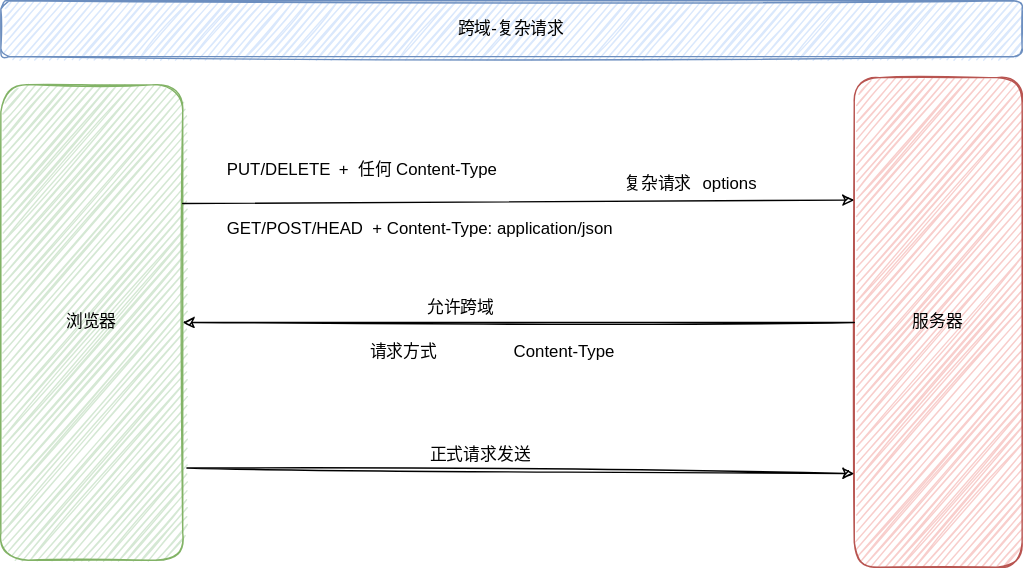
cd-home/Root keeps this draw.io diagram as 07-开发/01-前置知识/images/复杂请求.svg. Above is the earlier version. Source tidied: cells renumbered, new cells last; positions are measured from the earlier drawing's top-left corner, leaving out a move shared by most shapes.
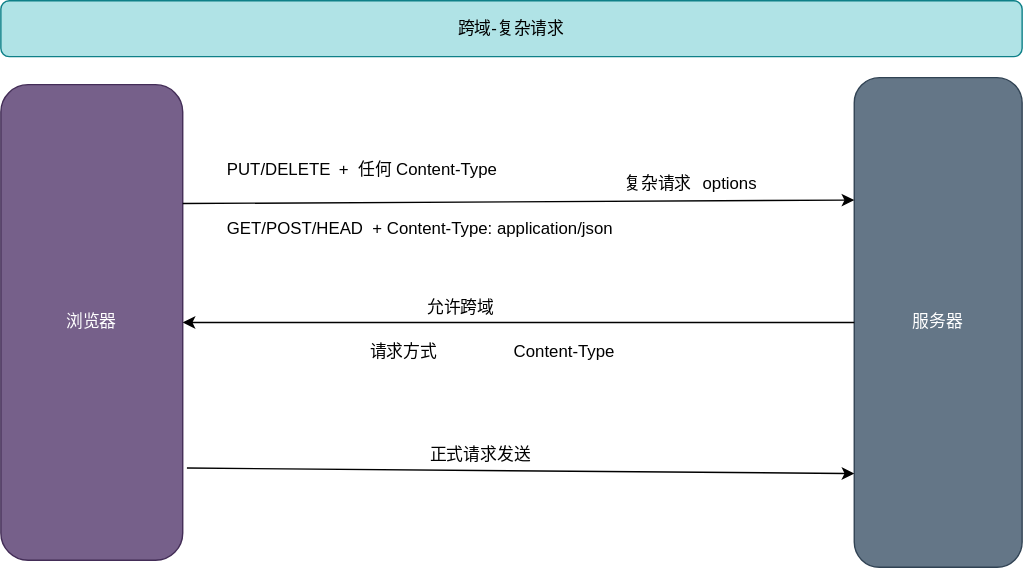
After the change.

What changed in the source:
```diff
@@ -2,51 +2,51 @@
   <root>
     <mxCell id="0" />
     <mxCell id="1" parent="0" />
-    <mxCell id="2" value="跨域-复杂请求" style="whiteSpace=wrap;html=1;fillColor=#dae8fc;strokeColor=#6c8ebf;sketch=1;rounded=1;" parent="1" vertex="1">
+    <mxCell id="2" value="跨域-复杂请求" style="whiteSpace=wrap;html=1;rounded=1;fillColor=#b0e3e6;strokeColor=#0e8088;" parent="1" vertex="1">
       <mxGeometry width="730" height="40" as="geometry" />
     </mxCell>
-    <mxCell id="3" value="浏览器" style="whiteSpace=wrap;html=1;fillColor=#d5e8d4;strokeColor=#82b366;sketch=1;rounded=1;" parent="1" vertex="1">
+    <mxCell id="3" value="浏览器" style="whiteSpace=wrap;html=1;rounded=1;fillColor=#76608a;fontColor=#ffffff;strokeColor=#432D57;" parent="1" vertex="1">
       <mxGeometry y="60" width="130" height="340" as="geometry" />
     </mxCell>
-    <mxCell id="4" value="服务器" style="whiteSpace=wrap;html=1;fillColor=#f8cecc;strokeColor=#b85450;sketch=1;rounded=1;" parent="1" vertex="1">
+    <mxCell id="4" value="服务器" style="whiteSpace=wrap;html=1;rounded=1;fillColor=#647687;fontColor=#ffffff;strokeColor=#314354;" parent="1" vertex="1">
       <mxGeometry x="610" y="55" width="120" height="350" as="geometry" />
     </mxCell>
-    <mxCell id="5" style="endArrow=classic;html=1;exitX=1;exitY=0.25;entryX=0;entryY=0.25;sketch=1;" parent="1" edge="1" source="3" target="4">
+    <mxCell id="5" style="endArrow=classic;html=1;exitX=1;exitY=0.25;entryX=0;entryY=0.25;" parent="1" edge="1" source="3" target="4">
       <mxGeometry relative="1" as="geometry" />
     </mxCell>
-    <mxCell id="6" value="PUT/DELETE" style="text;html=1;align=left;verticalAlign=top;spacingTop=-4;sketch=1;rounded=1;" parent="1" vertex="1">
+    <mxCell id="6" value="PUT/DELETE" style="text;html=1;align=left;verticalAlign=top;spacingTop=-4;rounded=1;" parent="1" vertex="1">
       <mxGeometry x="160" y="111" width="90" height="20" as="geometry" />
     </mxCell>
-    <mxCell id="7" value="+&amp;nbsp; 任何 Content-Type" style="text;html=1;align=left;verticalAlign=top;spacingTop=-4;sketch=1;rounded=1;" parent="1" vertex="1">
+    <mxCell id="7" value="+&amp;nbsp; 任何 Content-Type" style="text;html=1;align=left;verticalAlign=top;spacingTop=-4;rounded=1;" parent="1" vertex="1">
       <mxGeometry x="240" y="111" width="130" height="20" as="geometry" />
     </mxCell>
-    <mxCell id="8" value="GET/POST/HEAD&amp;nbsp; + Content-Type: application/json" style="text;html=1;align=left;verticalAlign=top;spacingTop=-4;sketch=1;rounded=1;" parent="1" vertex="1">
+    <mxCell id="8" value="GET/POST/HEAD&amp;nbsp; + Content-Type: application/json" style="text;html=1;align=left;verticalAlign=top;spacingTop=-4;rounded=1;" parent="1" vertex="1">
       <mxGeometry x="160" y="153" width="290" height="20" as="geometry" />
     </mxCell>
-    <mxCell id="9" value="复杂请求" style="text;html=1;strokeColor=none;fillColor=none;align=center;verticalAlign=middle;whiteSpace=wrap;sketch=1;rounded=1;" parent="1" vertex="1">
+    <mxCell id="9" value="复杂请求" style="text;html=1;strokeColor=none;fillColor=none;align=center;verticalAlign=middle;whiteSpace=wrap;rounded=1;" parent="1" vertex="1">
       <mxGeometry x="440" y="121" width="60" height="20" as="geometry" />
     </mxCell>
-    <mxCell id="10" value="options" style="text;html=1;align=left;verticalAlign=top;spacingTop=-4;sketch=1;rounded=1;" parent="1" vertex="1">
+    <mxCell id="10" value="options" style="text;html=1;align=left;verticalAlign=top;spacingTop=-4;rounded=1;" parent="1" vertex="1">
       <mxGeometry x="500" y="121" width="50" height="20" as="geometry" />
     </mxCell>
-    <mxCell id="11" style="endArrow=classic;html=1;exitX=0;exitY=0.5;entryX=1;entryY=0.5;sketch=1;" parent="1" edge="1" source="4" target="3">
+    <mxCell id="11" style="endArrow=classic;html=1;exitX=0;exitY=0.5;entryX=1;entryY=0.5;" parent="1" edge="1" source="4" target="3">
       <mxGeometry relative="1" as="geometry" />
     </mxCell>
-    <mxCell id="12" value="允许跨域" style="text;html=1;align=left;verticalAlign=top;spacingTop=-4;sketch=1;rounded=1;" parent="1" vertex="1">
+    <mxCell id="12" value="允许跨域" style="text;html=1;align=left;verticalAlign=top;spacingTop=-4;rounded=1;" parent="1" vertex="1">
       <mxGeometry x="303" y="210" width="60" height="20" as="geometry" />
     </mxCell>
-    <mxCell id="13" value="请求方式" style="text;html=1;align=left;verticalAlign=top;spacingTop=-4;sketch=1;rounded=1;" parent="1" vertex="1">
+    <mxCell id="13" value="请求方式" style="text;html=1;align=left;verticalAlign=top;spacingTop=-4;rounded=1;" parent="1" vertex="1">
       <mxGeometry x="262" y="241" width="60" height="20" as="geometry" />
     </mxCell>
-    <mxCell id="14" value="Content-Type" style="text;html=1;align=left;verticalAlign=top;spacingTop=-4;sketch=1;rounded=1;" parent="1" vertex="1">
+    <mxCell id="14" value="Content-Type" style="text;html=1;align=left;verticalAlign=top;spacingTop=-4;rounded=1;" parent="1" vertex="1">
       <mxGeometry x="365" y="241" width="90" height="20" as="geometry" />
     </mxCell>
-    <mxCell id="15" style="endArrow=classic;html=1;exitX=1.023;exitY=0.806;exitPerimeter=0;sketch=1;" parent="1" edge="1" source="3">
+    <mxCell id="15" style="endArrow=classic;html=1;exitX=1.023;exitY=0.806;exitPerimeter=0;" parent="1" edge="1" source="3">
       <mxGeometry relative="1" as="geometry">
         <mxPoint x="610" y="338" as="targetPoint" />
       </mxGeometry>
     </mxCell>
-    <mxCell id="16" value="正式请求发送" style="text;html=1;align=left;verticalAlign=top;spacingTop=-4;sketch=1;rounded=1;" parent="1" vertex="1">
+    <mxCell id="16" value="正式请求发送" style="text;html=1;align=left;verticalAlign=top;spacingTop=-4;rounded=1;" parent="1" vertex="1">
       <mxGeometry x="305" y="315" width="90" height="20" as="geometry" />
     </mxCell>
   </root>
```
